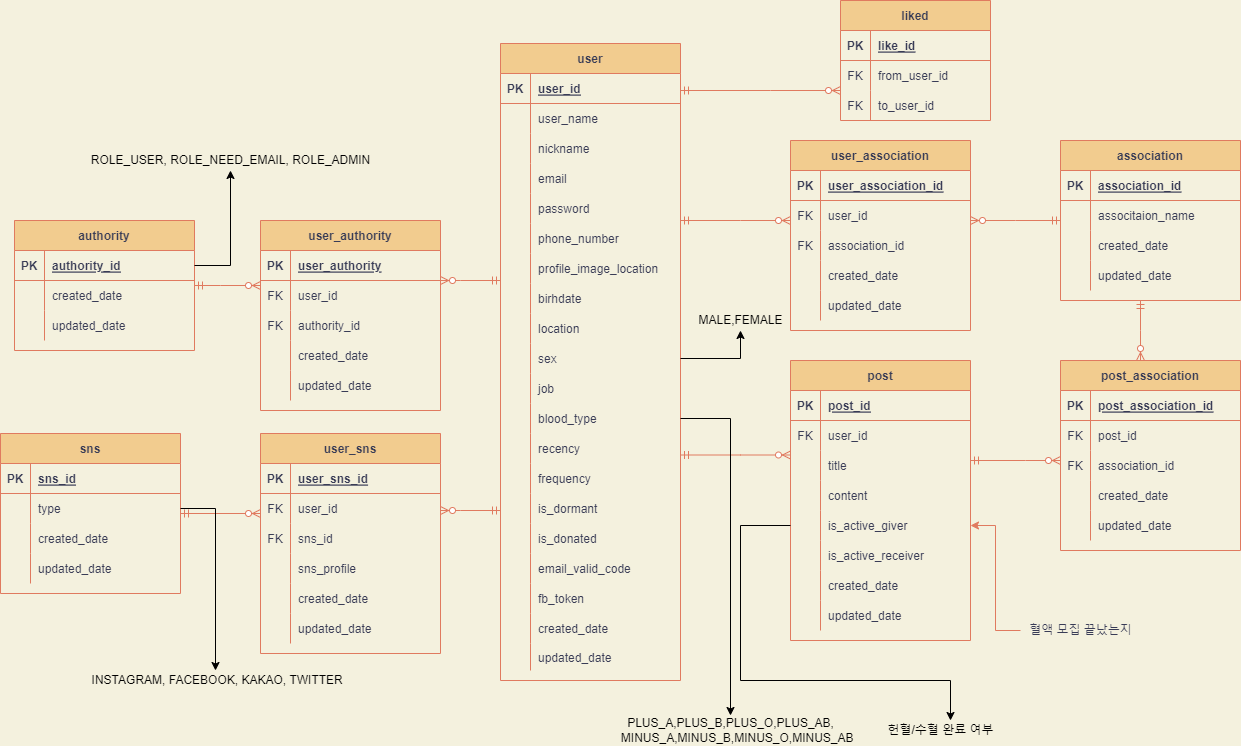
CYC0227/lab keeps this draw.io diagram as Untitled Diagram.drawio.png. Above is the earlier version. Source tidied: cells renumbered, new cells last; positions are measured from the earlier drawing's top-left corner, leaving out a move shared by most shapes.
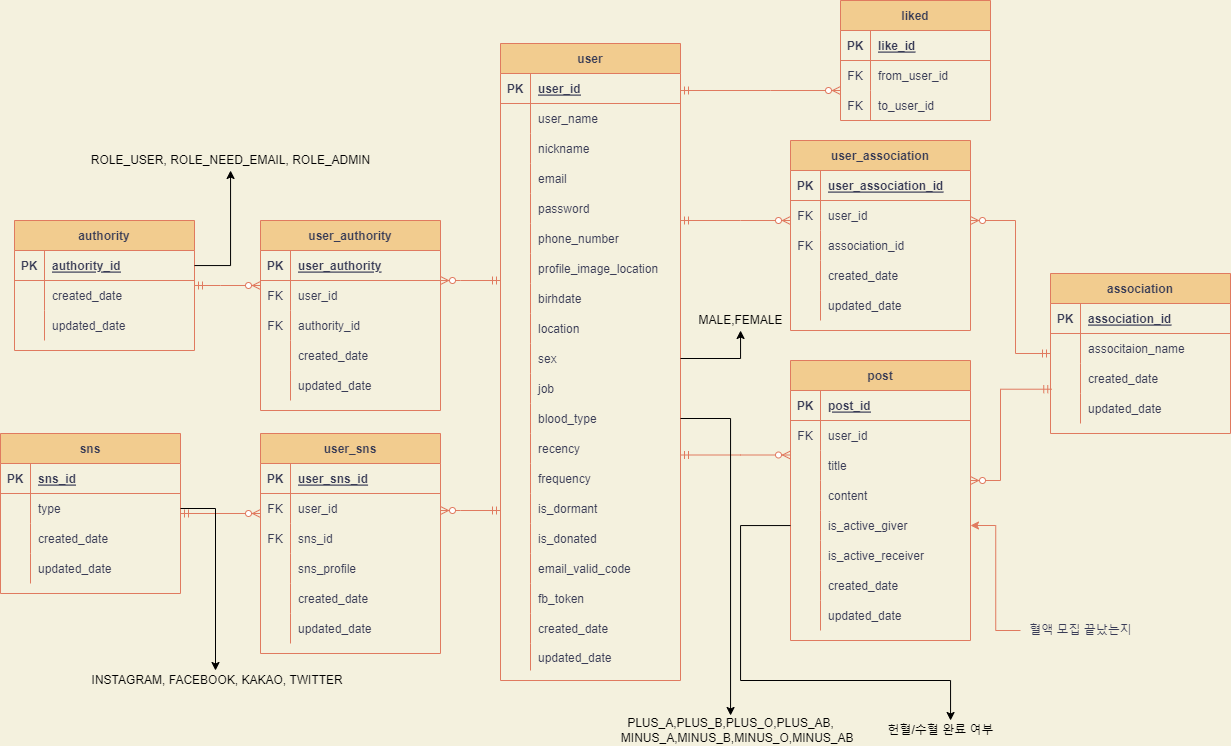
Above is the later version.

Diff of the diagram source:
```diff
@@ -186,7 +186,7 @@
       <mxGeometry x="30" width="150" height="27" as="geometry" />
     </mxCell>
     <mxCell id="63" value="association" style="shape=table;startSize=30;rowLines=0;fontStyle=1;align=center;fillColor=#F2CC8F;strokeColor=#E07A5F;fontColor=#393C56;" parent="1" vertex="1">
-      <mxGeometry x="1060" y="140" width="180" height="160" as="geometry" />
+      <mxGeometry x="1050" y="273" width="180" height="160" as="geometry" />
     </mxCell>
     <mxCell id="64" style="shape=partialRectangle;fillColor=none;top=0;left=0;bottom=1;right=0;strokeColor=#E07A5F;fontColor=#393C56;" parent="63" vertex="1">
       <mxGeometry y="30" width="180" height="30" as="geometry" />
@@ -475,73 +475,16 @@
         </Array>
       </mxGeometry>
     </mxCell>
-    <mxCell id="150" value="post_association" style="shape=table;startSize=30;rowLines=0;fontStyle=1;align=center;fillColor=#F2CC8F;strokeColor=#E07A5F;fontColor=#393C56;" parent="1" vertex="1">
-      <mxGeometry x="1060" y="360" width="180" height="190" as="geometry" />
-    </mxCell>
-    <mxCell id="151" style="shape=partialRectangle;fillColor=none;top=0;left=0;bottom=1;right=0;strokeColor=#E07A5F;fontColor=#393C56;" parent="150" vertex="1">
-      <mxGeometry y="30" width="180" height="30" as="geometry" />
-    </mxCell>
-    <mxCell id="152" value="PK" style="shape=partialRectangle;fillColor=none;top=0;left=0;bottom=0;right=0;fontStyle=1;overflow=hidden;strokeColor=#E07A5F;fontColor=#393C56;" parent="151" vertex="1">
-      <mxGeometry width="30" height="30" as="geometry" />
-    </mxCell>
-    <mxCell id="153" value="post_association_id" style="shape=partialRectangle;fillColor=none;top=0;left=0;bottom=0;right=0;align=left;spacingLeft=6;fontStyle=5;overflow=hidden;strokeColor=#E07A5F;fontColor=#393C56;" parent="151" vertex="1">
-      <mxGeometry x="30" width="150" height="30" as="geometry" />
-    </mxCell>
-    <mxCell id="154" style="shape=partialRectangle;fillColor=none;top=0;left=0;bottom=0;right=0;strokeColor=#E07A5F;fontColor=#393C56;" parent="150" vertex="1">
-      <mxGeometry y="60" width="180" height="30" as="geometry" />
-    </mxCell>
-    <mxCell id="155" value="FK" style="shape=partialRectangle;fillColor=none;top=0;left=0;bottom=0;right=0;overflow=hidden;strokeColor=#E07A5F;fontColor=#393C56;" parent="154" vertex="1">
-      <mxGeometry width="30" height="30" as="geometry" />
-    </mxCell>
-    <mxCell id="156" value="post_id" style="shape=partialRectangle;fillColor=none;top=0;left=0;bottom=0;right=0;align=left;spacingLeft=6;overflow=hidden;strokeColor=#E07A5F;fontColor=#393C56;" parent="154" vertex="1">
-      <mxGeometry x="30" width="150" height="30" as="geometry" />
-    </mxCell>
-    <mxCell id="157" style="shape=partialRectangle;fillColor=none;top=0;left=0;bottom=0;right=0;strokeColor=#E07A5F;fontColor=#393C56;" parent="150" vertex="1">
-      <mxGeometry y="90" width="180" height="30" as="geometry" />
-    </mxCell>
-    <mxCell id="158" value="FK" style="shape=partialRectangle;fillColor=none;top=0;left=0;bottom=0;right=0;overflow=hidden;strokeColor=#E07A5F;fontColor=#393C56;" parent="157" vertex="1">
-      <mxGeometry width="30" height="30" as="geometry" />
-    </mxCell>
-    <mxCell id="159" value="association_id" style="shape=partialRectangle;fillColor=none;top=0;left=0;bottom=0;right=0;align=left;spacingLeft=6;overflow=hidden;strokeColor=#E07A5F;fontColor=#393C56;" parent="157" vertex="1">
-      <mxGeometry x="30" width="150" height="30" as="geometry" />
-    </mxCell>
-    <mxCell id="160" style="shape=partialRectangle;fillColor=none;top=0;left=0;bottom=0;right=0;strokeColor=#E07A5F;fontColor=#393C56;" parent="150" vertex="1">
-      <mxGeometry y="120" width="180" height="30" as="geometry" />
-    </mxCell>
-    <mxCell id="161" style="shape=partialRectangle;fillColor=none;top=0;left=0;bottom=0;right=0;overflow=hidden;strokeColor=#E07A5F;fontColor=#393C56;" parent="160" vertex="1">
-      <mxGeometry width="30" height="30" as="geometry" />
-    </mxCell>
-    <mxCell id="162" value="created_date" style="shape=partialRectangle;fillColor=none;top=0;left=0;bottom=0;right=0;align=left;spacingLeft=6;overflow=hidden;strokeColor=#E07A5F;fontColor=#393C56;" parent="160" vertex="1">
-      <mxGeometry x="30" width="150" height="30" as="geometry" />
-    </mxCell>
-    <mxCell id="163" style="shape=partialRectangle;fillColor=none;top=0;left=0;bottom=0;right=0;strokeColor=#E07A5F;fontColor=#393C56;" parent="150" vertex="1">
-      <mxGeometry y="150" width="180" height="30" as="geometry" />
-    </mxCell>
-    <mxCell id="164" style="shape=partialRectangle;fillColor=none;top=0;left=0;bottom=0;right=0;overflow=hidden;strokeColor=#E07A5F;fontColor=#393C56;" parent="163" vertex="1">
-      <mxGeometry width="30" height="30" as="geometry" />
-    </mxCell>
-    <mxCell id="165" value="updated_date" style="shape=partialRectangle;fillColor=none;top=0;left=0;bottom=0;right=0;align=left;spacingLeft=6;overflow=hidden;strokeColor=#E07A5F;fontColor=#393C56;" parent="163" vertex="1">
-      <mxGeometry x="30" width="150" height="30" as="geometry" />
-    </mxCell>
-    <mxCell id="166" style="fontSize=12;html=1;endArrow=ERzeroToMany;startArrow=ERmandOne;rounded=0;edgeStyle=elbowEdgeStyle;strokeColor=#E07A5F;fontColor=#393C56;labelBackgroundColor=#F4F1DE;" parent="1" edge="1" source="94" target="150">
+    <mxCell id="166" style="fontSize=12;html=1;endArrow=ERzeroToMany;startArrow=ERmandOne;rounded=0;edgeStyle=elbowEdgeStyle;strokeColor=#E07A5F;fontColor=#393C56;labelBackgroundColor=#F4F1DE;exitX=0.007;exitY=-0.143;exitDx=0;exitDy=0;exitPerimeter=0;" parent="1" edge="1" source="73" target="94">
       <mxGeometry relative="1" as="geometry">
         <Array as="points">
+          <mxPoint x="1000" y="480" />
+          <mxPoint x="1025" y="430" />
           <mxPoint x="1025" y="460" />
           <mxPoint x="1005" y="475" />
         </Array>
       </mxGeometry>
     </mxCell>
-    <mxCell id="167" style="fontSize=12;html=1;endArrow=ERzeroToMany;startArrow=ERmandOne;rounded=0;edgeStyle=elbowEdgeStyle;strokeColor=#E07A5F;fontColor=#393C56;labelBackgroundColor=#F4F1DE;" parent="1" edge="1" source="63" target="150">
-      <mxGeometry relative="1" as="geometry">
-        <Array as="points">
-          <mxPoint x="1140" y="330" />
-          <mxPoint x="1160" y="330" />
-          <mxPoint x="1140" y="340" />
-          <mxPoint x="1065" y="328.6" />
-          <mxPoint x="1045" y="343.6" />
-        </Array>
-      </mxGeometry>
-    </mxCell>
     <mxCell id="168" value="sns" style="shape=table;startSize=30;rowLines=0;fontStyle=1;align=center;fillColor=#F2CC8F;strokeColor=#E07A5F;fontColor=#393C56;" parent="1" vertex="1">
       <mxGeometry y="433" width="180" height="160" as="geometry" />
     </mxCell>
```
